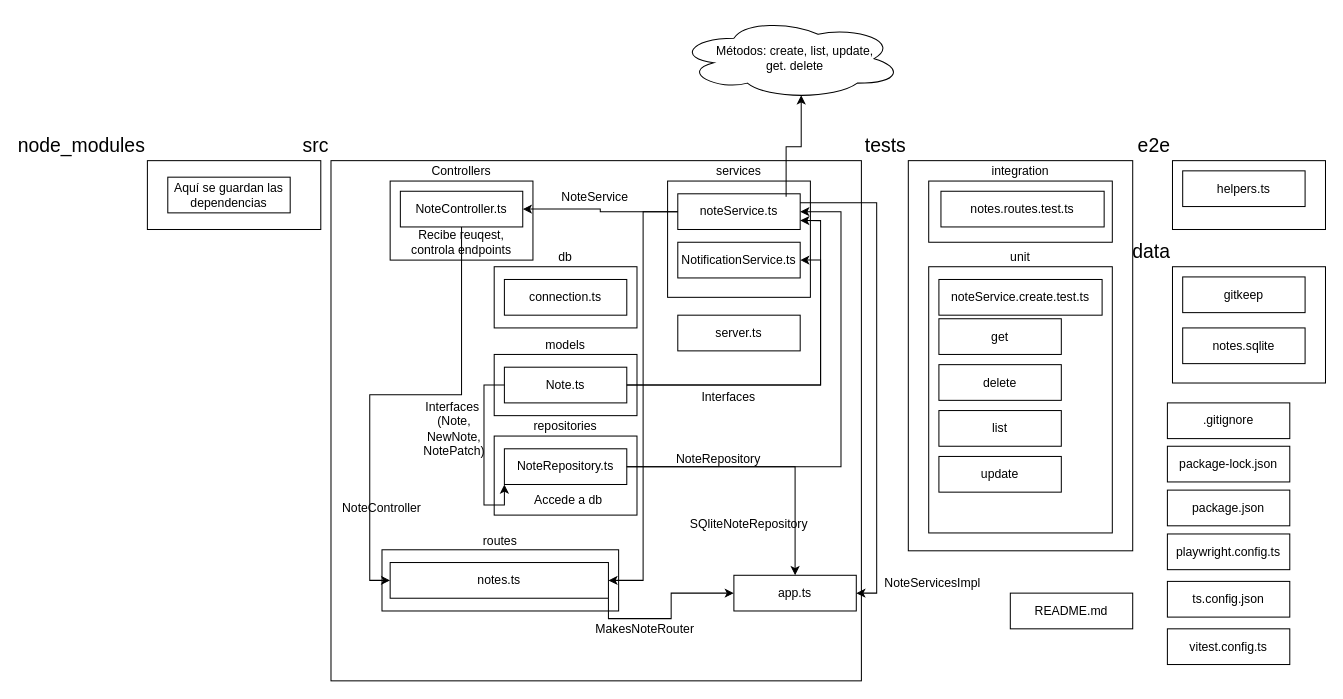
Before: TP2-ProgIV.drawio in Matiaslegon/diagramas-TUP, a draw.io diagram. Source tidied: cells renumbered, new cells numbered last; positions are measured from the earlier drawing's top-left corner, leaving out a move shared by most shapes. Both pictures are drawn from the tidied source at 102%, with x=0, y=0 at pixel (147, 17).
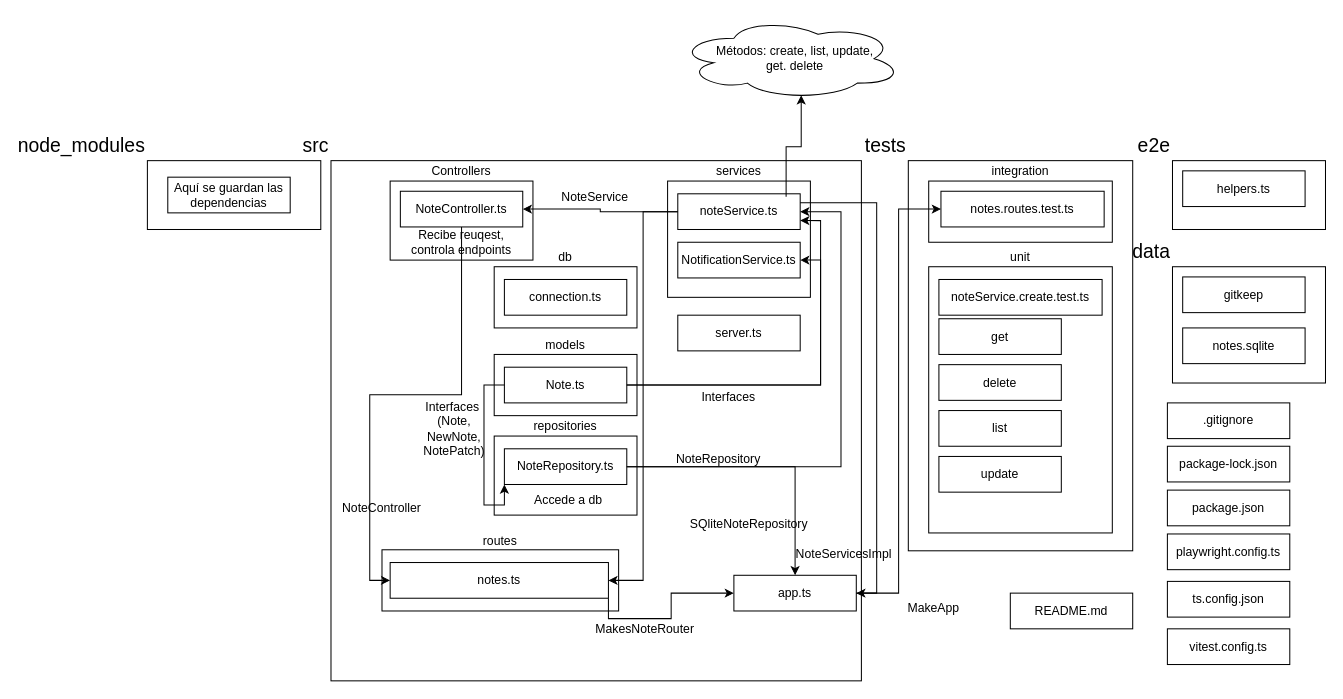
After the change.

Unchanged cells that the change refers to:
```xml
<mxCell id="17" value="app.ts" style="rounded=0;whiteSpace=wrap;html=1;" parent="1" vertex="1">
  <mxGeometry x="575" y="546.5" width="120" height="35" as="geometry" />
</mxCell>
<mxCell id="21" value="notes.routes.test.ts" style="rounded=0;whiteSpace=wrap;html=1;" parent="1" vertex="1">
  <mxGeometry x="778" y="170" width="160" height="35" as="geometry" />
</mxCell>
```

Diff of the diagram source:
```diff
@@
     <mxCell id="62" value="NoteServicesImpl" style="text;html=1;whiteSpace=wrap;strokeColor=none;fillColor=none;align=center;verticalAlign=middle;rounded=0;" parent="1" vertex="1">
-      <mxGeometry x="740" y="539" width="60" height="30" as="geometry" />
+      <mxGeometry x="653" y="511" width="60" height="30" as="geometry" />
     </mxCell>
@@
+    <mxCell id="64" style="edgeStyle=orthogonalEdgeStyle;rounded=0;jettySize=auto;html=1;entryX=0;entryY=0.5;entryDx=0;entryDy=0;" parent="1" edge="1" source="17" target="21">
+      <mxGeometry relative="1" as="geometry" />
+    </mxCell>
+    <mxCell id="65" value="MakeApp" style="text;html=1;whiteSpace=wrap;strokeColor=none;fillColor=none;align=center;verticalAlign=middle;rounded=0;" parent="1" vertex="1">
+      <mxGeometry x="741" y="564" width="60" height="30" as="geometry" />
+    </mxCell>
```
